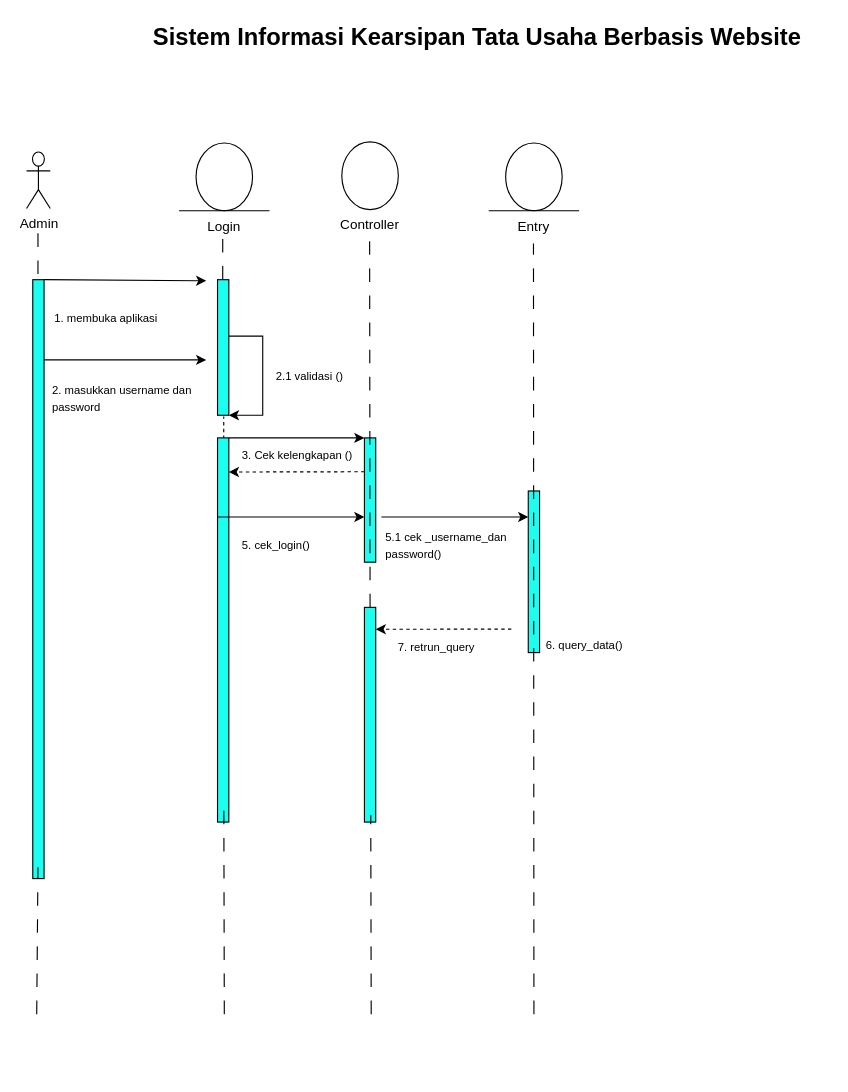
Before: Sistem Informasi Kearsipan Tata Usaha Berbasis Web.drawio in IlyasArzkeen/RedianaIlyas-ProjectUTS, a draw.io diagram. Source tidied: cells renumbered, new cells numbered last; positions are measured from the earlier drawing's top-left corner, leaving out a move shared by most shapes. Both pictures are drawn from the tidied source at 113%, with x=0, y=0 at pixel (26, 19).
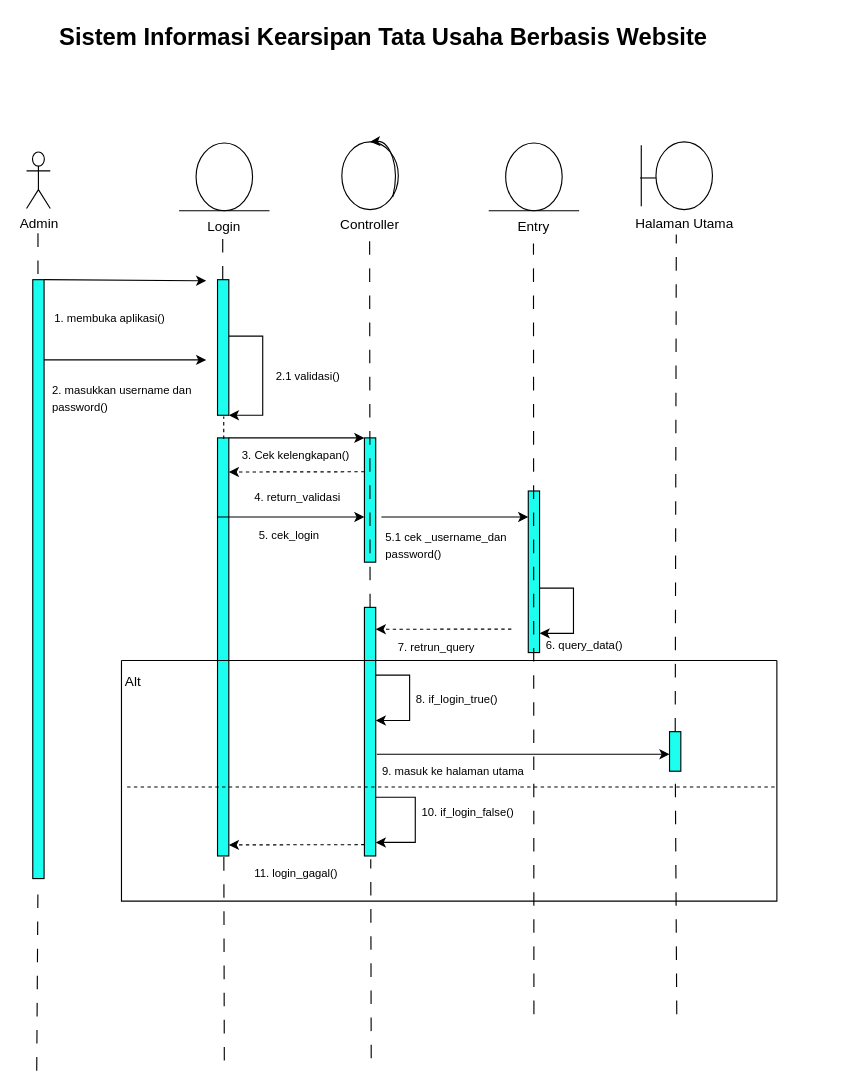
After the change.

Unchanged cells that the change refers to:
```xml
<mxCell id="27" style="ellipse;whiteSpace=wrap;html=1;" parent="1" vertex="1">
  <mxGeometry x="279" y="108" width="50" height="60" as="geometry" />
</mxCell>
```

What changed in the source:
```diff
@@
-    <mxCell id="5" value="&lt;font style=&quot;font-size: 10px;&quot;&gt;1. membuka aplikasi&lt;/font&gt;" style="text;html=1;strokeColor=none;fillColor=none;align=left;verticalAlign=middle;whiteSpace=wrap;rounded=0;" parent="1" vertex="1">
+    <mxCell id="5" value="&lt;font style=&quot;font-size: 10px;&quot;&gt;1. membuka aplikasi()&lt;/font&gt;" style="text;html=1;strokeColor=none;fillColor=none;align=left;verticalAlign=middle;whiteSpace=wrap;rounded=0;" parent="1" vertex="1">
       <mxGeometry x="23" y="249" width="120" height="30" as="geometry" />
     </mxCell>
@@
-    <mxCell id="7" value="&lt;font style=&quot;font-size: 10px;&quot;&gt;2. masukkan username dan password&lt;/font&gt;" style="text;html=1;strokeColor=none;fillColor=none;align=left;verticalAlign=middle;whiteSpace=wrap;rounded=0;" parent="1" vertex="1">
+    <mxCell id="7" value="&lt;font style=&quot;font-size: 10px;&quot;&gt;2. masukkan username dan password()&lt;/font&gt;" style="text;html=1;strokeColor=none;fillColor=none;align=left;verticalAlign=middle;whiteSpace=wrap;rounded=0;" parent="1" vertex="1">
       <mxGeometry x="21" y="320" width="138" height="30" as="geometry" />
     </mxCell>
@@
     <mxCell id="10" value="&lt;font style=&quot;font-size: 21px;&quot;&gt;&lt;b&gt;Sistem Informasi Kearsipan Tata Usaha Berbasis Website&lt;/b&gt;&lt;/font&gt;" style="text;html=1;strokeColor=none;fillColor=none;align=center;verticalAlign=middle;whiteSpace=wrap;rounded=0;" parent="1" vertex="1">
-      <mxGeometry x="89" width="620" height="30" as="geometry" />
+      <mxGeometry x="5.5" width="620" height="30" as="geometry" />
     </mxCell>
@@
-    <mxCell id="14" value="&lt;font style=&quot;font-size: 10px;&quot;&gt;2.1 validasi ()&lt;/font&gt;" style="text;html=1;strokeColor=none;fillColor=none;align=left;verticalAlign=middle;whiteSpace=wrap;rounded=0;" parent="1" vertex="1">
+    <mxCell id="14" value="&lt;font style=&quot;font-size: 10px;&quot;&gt;2.1 validasi()&lt;/font&gt;" style="text;html=1;strokeColor=none;fillColor=none;align=left;verticalAlign=middle;whiteSpace=wrap;rounded=0;" parent="1" vertex="1">
       <mxGeometry x="219" y="300" width="138" height="30" as="geometry" />
     </mxCell>
+    <mxCell id="16" style="rounded=0;whiteSpace=wrap;html=1;fillColor=#1CFFF0;" parent="1" vertex="1">
+      <mxGeometry x="169" y="370" width="10" height="370" as="geometry" />
+    </mxCell>
@@
-    <mxCell id="16" style="rounded=0;whiteSpace=wrap;html=1;fillColor=#1CFFF0;" parent="1" vertex="1">
-      <mxGeometry x="169" y="370" width="10" height="340" as="geometry" />
-    </mxCell>
@@
-    <mxCell id="19" value="&lt;font style=&quot;font-size: 10px;&quot;&gt;3. Cek kelengkapan ()&lt;/font&gt;" style="text;html=1;strokeColor=none;fillColor=none;align=left;verticalAlign=middle;whiteSpace=wrap;rounded=0;" parent="1" vertex="1">
+    <mxCell id="19" value="&lt;font style=&quot;font-size: 10px;&quot;&gt;3. Cek kelengkapan()&lt;/font&gt;" style="text;html=1;strokeColor=none;fillColor=none;align=left;verticalAlign=middle;whiteSpace=wrap;rounded=0;" parent="1" vertex="1">
       <mxGeometry x="189" y="370" width="138" height="30" as="geometry" />
     </mxCell>
@@
-    <mxCell id="23" value="&lt;font style=&quot;font-size: 10px;&quot;&gt;5. cek_login()&lt;/font&gt;" style="text;html=1;strokeColor=none;fillColor=none;align=left;verticalAlign=middle;whiteSpace=wrap;rounded=0;" parent="1" vertex="1">
-      <mxGeometry x="189" y="450" width="138" height="30" as="geometry" />
+    <mxCell id="23" value="&lt;font style=&quot;font-size: 10px;&quot;&gt;9. masuk ke halaman utama&lt;/font&gt;" style="text;html=1;strokeColor=none;fillColor=none;align=left;verticalAlign=middle;whiteSpace=wrap;rounded=0;" parent="1" vertex="1">
+      <mxGeometry x="313" y="650" width="138" height="30" as="geometry" />
     </mxCell>
@@
+    <mxCell id="29" style="rounded=0;whiteSpace=wrap;html=1;fillColor=#1CFFF0;" parent="1" vertex="1">
+      <mxGeometry x="299" y="520" width="10" height="220" as="geometry" />
+    </mxCell>
@@
-    <mxCell id="29" style="rounded=0;whiteSpace=wrap;html=1;fillColor=#1CFFF0;" parent="1" vertex="1">
-      <mxGeometry x="299" y="520" width="10" height="190" as="geometry" />
-    </mxCell>
@@
     <mxCell id="39" style="endArrow=none;html=1;rounded=0;dashed=1;dashPattern=12 12;" parent="1" edge="1">
       <mxGeometry relative="1" as="geometry">
-        <mxPoint x="305" y="880" as="sourcePoint" />
-        <mxPoint x="304.6" y="704" as="targetPoint" />
+        <mxPoint x="305" y="919" as="sourcePoint" />
+        <mxPoint x="304.6" y="743" as="targetPoint" />
       </mxGeometry>
     </mxCell>
     <mxCell id="40" style="endArrow=none;html=1;rounded=0;dashed=1;dashPattern=12 12;" parent="1" edge="1">
       <mxGeometry relative="1" as="geometry">
-        <mxPoint x="175" y="880" as="sourcePoint" />
-        <mxPoint x="174.6" y="700" as="targetPoint" />
+        <mxPoint x="175" y="921" as="sourcePoint" />
+        <mxPoint x="174.6" y="741" as="targetPoint" />
       </mxGeometry>
     </mxCell>
     <mxCell id="41" style="endArrow=none;html=1;rounded=0;dashed=1;dashPattern=12 12;" parent="1" edge="1">
       <mxGeometry relative="1" as="geometry">
-        <mxPoint x="9" y="880" as="sourcePoint" />
-        <mxPoint x="10.1" y="750" as="targetPoint" />
+        <mxPoint x="9" y="930" as="sourcePoint" />
+        <mxPoint x="10.1" y="763" as="targetPoint" />
       </mxGeometry>
     </mxCell>
+    <mxCell id="42" style="swimlane;startSize=0;" parent="1" vertex="1">
+      <mxGeometry x="84" y="567" width="580" height="213" as="geometry" />
+    </mxCell>
+    <mxCell id="43" value="Alt" style="text;html=1;align=center;verticalAlign=middle;strokeColor=none;fillColor=none;" parent="42" vertex="1">
+      <mxGeometry x="-10" y="4" width="40" height="30" as="geometry" />
+    </mxCell>
+    <mxCell id="44" style="endArrow=none;html=1;rounded=0;dashed=1;" parent="42" edge="1">
+      <mxGeometry relative="1" as="geometry">
+        <mxPoint x="5" y="112" as="sourcePoint" />
+        <mxPoint x="579" y="112" as="targetPoint" />
+      </mxGeometry>
+    </mxCell>
+    <mxCell id="45" style="endArrow=classic;html=1;rounded=0;entryX=1;entryY=0.455;entryDx=0;entryDy=0;entryPerimeter=0;" parent="1" edge="1" target="29">
+      <mxGeometry relative="1" as="geometry">
+        <mxPoint x="309" y="580" as="sourcePoint" />
+        <Array as="points">
+          <mxPoint x="339" y="580" />
+          <mxPoint x="339" y="620" />
+        </Array>
+      </mxGeometry>
+    </mxCell>
+    <mxCell id="46" value="&lt;font style=&quot;font-size: 10px;&quot;&gt;8. if_login_true()&lt;/font&gt;" style="text;html=1;strokeColor=none;fillColor=none;align=left;verticalAlign=middle;whiteSpace=wrap;rounded=0;" parent="1" vertex="1">
+      <mxGeometry x="342.5" y="586" width="85" height="30" as="geometry" />
+    </mxCell>
+    <mxCell id="47" style="endArrow=classic;html=1;rounded=0;" parent="1" edge="1">
+      <mxGeometry relative="1" as="geometry">
+        <mxPoint x="310" y="650" as="sourcePoint" />
+        <mxPoint x="569" y="650" as="targetPoint" />
+      </mxGeometry>
+    </mxCell>
+    <mxCell id="48" style="endArrow=classic;html=1;rounded=0;" parent="1" edge="1">
+      <mxGeometry relative="1" as="geometry">
+        <mxPoint x="309" y="688" as="sourcePoint" />
+        <mxPoint x="309" y="728" as="targetPoint" />
+        <Array as="points">
+          <mxPoint x="344" y="688" />
+          <mxPoint x="344" y="728" />
+        </Array>
+      </mxGeometry>
+    </mxCell>
+    <mxCell id="49" value="&lt;font style=&quot;font-size: 10px;&quot;&gt;10. if_login_false()&lt;/font&gt;" style="text;html=1;strokeColor=none;fillColor=none;align=left;verticalAlign=middle;whiteSpace=wrap;rounded=0;" parent="1" vertex="1">
+      <mxGeometry x="347.5" y="686" width="85" height="30" as="geometry" />
+    </mxCell>
+    <mxCell id="50" style="endArrow=classic;html=1;entryX=-0.3;entryY=0.297;entryDx=0;entryDy=0;entryPerimeter=0;curved=1;dashed=1;" parent="1" edge="1">
+      <mxGeometry relative="1" as="geometry">
+        <mxPoint x="299" y="730" as="sourcePoint" />
+        <mxPoint x="179" y="730.2" as="targetPoint" />
+      </mxGeometry>
+    </mxCell>
+    <mxCell id="51" value="&lt;font style=&quot;font-size: 10px;&quot;&gt;11. login_gagal()&lt;/font&gt;" style="text;html=1;strokeColor=none;fillColor=none;align=left;verticalAlign=middle;whiteSpace=wrap;rounded=0;" parent="1" vertex="1">
+      <mxGeometry x="200" y="740" width="85" height="30" as="geometry" />
+    </mxCell>
+    <mxCell id="52" style="ellipse;whiteSpace=wrap;html=1;" parent="1" vertex="1">
+      <mxGeometry x="557" y="108" width="50" height="60" as="geometry" />
+    </mxCell>
+    <mxCell id="53" style="endArrow=none;html=1;rounded=0;" parent="1" edge="1">
+      <mxGeometry relative="1" as="geometry">
+        <mxPoint x="544" y="111" as="sourcePoint" />
+        <mxPoint x="544" y="165" as="targetPoint" />
+      </mxGeometry>
+    </mxCell>
+    <mxCell id="54" value="Halaman Utama" style="text;html=1;strokeColor=none;fillColor=none;align=center;verticalAlign=middle;whiteSpace=wrap;rounded=0;" parent="1" vertex="1">
+      <mxGeometry x="535.5" y="166" width="93" height="30" as="geometry" />
+    </mxCell>
+    <mxCell id="55" style="endArrow=none;html=1;rounded=0;dashed=1;dashPattern=12 12;" parent="1" edge="1" source="57">
+      <mxGeometry relative="1" as="geometry">
+        <mxPoint x="575" y="190" as="targetPoint" />
+      </mxGeometry>
+    </mxCell>
+    <mxCell id="56" style="endArrow=none;html=1;rounded=0;dashed=1;dashPattern=12 12;" parent="1" edge="1" target="57">
+      <mxGeometry relative="1" as="geometry">
+        <mxPoint x="575.4" y="880" as="sourcePoint" />
+      </mxGeometry>
+    </mxCell>
+    <mxCell id="57" style="rounded=0;whiteSpace=wrap;html=1;fillColor=#1CFFF0;" parent="1" vertex="1">
+      <mxGeometry x="569" y="630" width="10" height="35" as="geometry" />
+    </mxCell>
+    <mxCell id="58" style="curved=1;endArrow=classic;html=1;rounded=0;entryX=0.5;entryY=0;entryDx=0;entryDy=0;" parent="1" edge="1" target="27">
+      <mxGeometry relative="1" as="geometry">
+        <mxPoint x="324" y="157" as="sourcePoint" />
+        <Array as="points">
+          <mxPoint x="329" y="137" />
+          <mxPoint x="319" y="107" />
+        </Array>
+      </mxGeometry>
+    </mxCell>
+    <mxCell id="59" style="endArrow=none;html=1;rounded=0;" parent="1" edge="1">
+      <mxGeometry relative="1" as="geometry">
+        <mxPoint x="557" y="140" as="sourcePoint" />
+        <mxPoint x="543" y="140" as="targetPoint" />
+      </mxGeometry>
+    </mxCell>
+    <mxCell id="60" value="&lt;font style=&quot;font-size: 10px;&quot;&gt;4. return_validasi&lt;/font&gt;" style="text;html=1;strokeColor=none;fillColor=none;align=left;verticalAlign=middle;whiteSpace=wrap;rounded=0;" parent="1" vertex="1">
+      <mxGeometry x="200" y="407" width="138" height="30" as="geometry" />
+    </mxCell>
+    <mxCell id="61" value="&lt;font style=&quot;font-size: 10px;&quot;&gt;5. cek_login&lt;/font&gt;" style="text;html=1;strokeColor=none;fillColor=none;align=left;verticalAlign=middle;whiteSpace=wrap;rounded=0;" parent="1" vertex="1">
+      <mxGeometry x="204" y="441" width="138" height="30" as="geometry" />
+    </mxCell>
+    <mxCell id="62" style="endArrow=classic;html=1;rounded=0;entryX=1;entryY=0.455;entryDx=0;entryDy=0;entryPerimeter=0;" parent="1" edge="1">
+      <mxGeometry relative="1" as="geometry">
+        <mxPoint x="454" y="503" as="sourcePoint" />
+        <mxPoint x="454" y="543" as="targetPoint" />
+        <Array as="points">
+          <mxPoint x="484" y="503" />
+          <mxPoint x="484" y="543" />
+        </Array>
+      </mxGeometry>
+    </mxCell>
```
